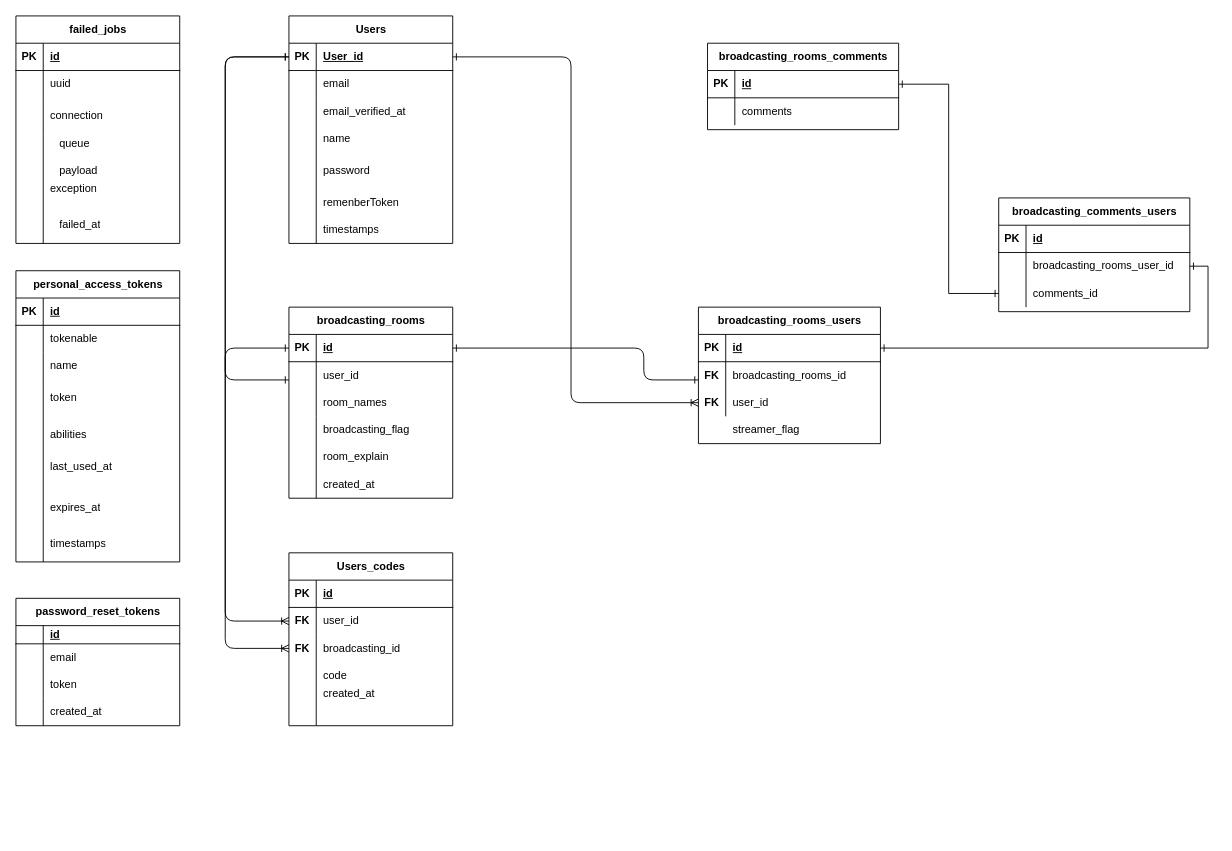
Above: ER図_G-voice.drawio in Taka-ho/G-voice (draw.io), before the change. Source tidied: cells renumbered, new cells numbered last; positions are measured from the earlier drawing's top-left corner, leaving out a move shared by most shapes. Both pictures are drawn from the tidied source at 91%, with x=0, y=0 at pixel (15, 15).
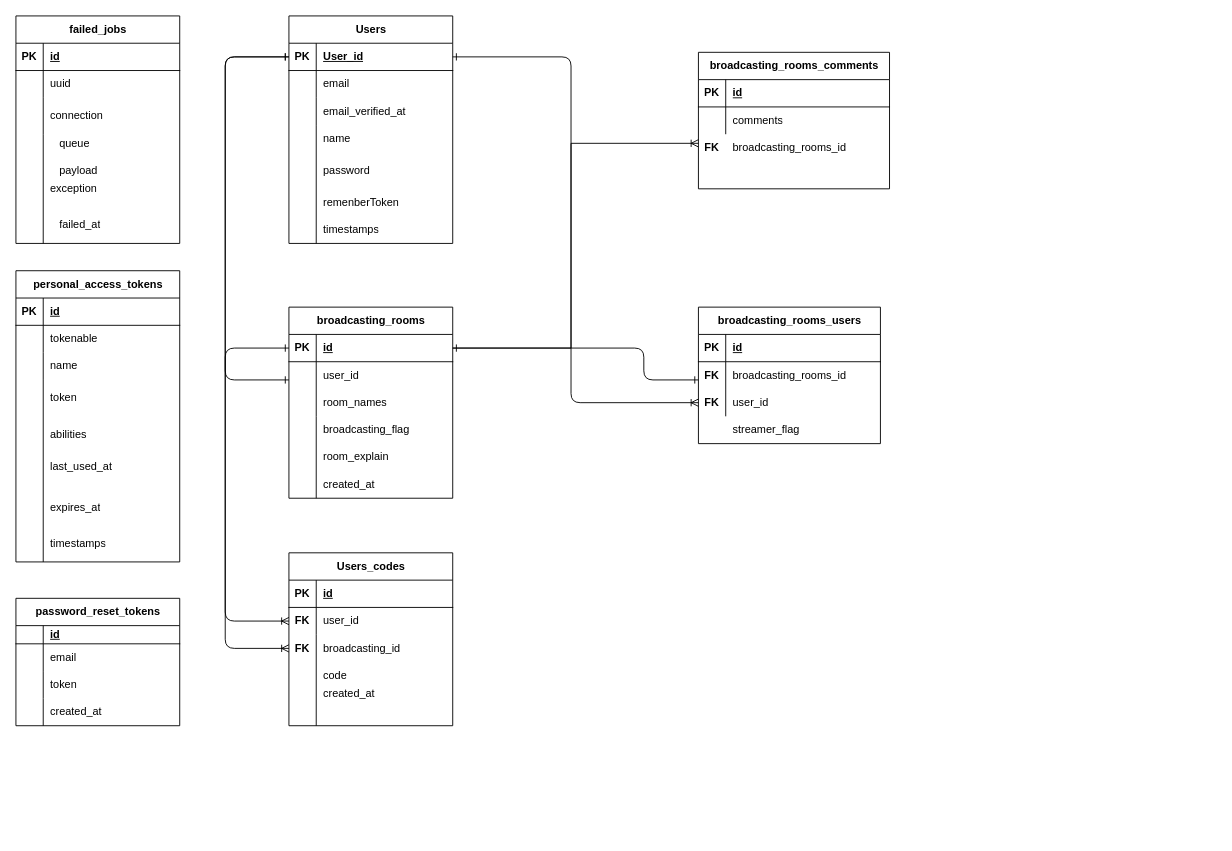
Above is the later version.

The change refers to these unchanged cells:
```xml
<mxCell id="3" style="shape=tableRow;horizontal=0;startSize=0;swimlaneHead=0;swimlaneBody=0;fillColor=none;points=[[0,0.5],[1,0.5]];portConstraint=eastwest;top=0;left=0;right=0;bottom=1;" parent="2" vertex="1">
  <mxGeometry y="30" width="180" height="30" as="geometry" />
</mxCell>
<mxCell id="42" style="shape=tableRow;horizontal=0;startSize=0;swimlaneHead=0;swimlaneBody=0;fillColor=none;points=[[0,0.5],[1,0.5]];portConstraint=eastwest;top=0;left=0;right=0;bottom=1;" parent="41" vertex="1">
  <mxGeometry y="30" width="200" height="30" as="geometry" />
</mxCell>
<mxCell id="113" style="shape=tableRow;horizontal=0;startSize=0;swimlaneHead=0;swimlaneBody=0;fillColor=none;points=[[0,0.5],[1,0.5]];portConstraint=eastwest;top=0;left=0;right=0;bottom=1;" parent="112" vertex="1">
  <mxGeometry y="30" width="210" height="30" as="geometry" />
</mxCell>
```

Diff of the diagram source:
```diff
@@
     <mxCell id="112" value="broadcasting_rooms_comments" style="shape=table;startSize=30;childLayout=tableLayout;rowLines=0;fontStyle=1;align=center;html=1;" parent="1" vertex="1">
-      <mxGeometry x="760" y="30" width="210" height="95" as="geometry" />
+      <mxGeometry x="750" y="40" width="210" height="150" as="geometry" />
     </mxCell>
@@
-    <mxCell id="125" value="broadcasting_comments_users" style="shape=table;startSize=30;childLayout=tableLayout;rowLines=0;fontStyle=1;align=center;html=1;" parent="1" vertex="1">
-      <mxGeometry x="1080" y="200" width="210" height="125" as="geometry" />
-    </mxCell>
-    <mxCell id="126" style="shape=tableRow;horizontal=0;startSize=0;swimlaneHead=0;swimlaneBody=0;fillColor=none;top=0;left=0;right=0;bottom=1;" parent="125" vertex="1">
-      <mxGeometry y="30" width="210" height="30" as="geometry" />
-    </mxCell>
-    <mxCell id="127" value="PK" style="shape=partialRectangle;fillColor=none;top=0;left=0;bottom=0;right=0;fontStyle=1;overflow=hidden;whiteSpace=wrap;html=1;" parent="126" vertex="1">
-      <mxGeometry width="30" height="30" as="geometry" />
-    </mxCell>
-    <mxCell id="128" value="id" style="shape=partialRectangle;fillColor=none;top=0;left=0;bottom=0;right=0;align=left;spacingLeft=6;fontStyle=5;overflow=hidden;whiteSpace=wrap;html=1;" parent="126" vertex="1">
-      <mxGeometry x="30" width="180" height="30" as="geometry" />
-    </mxCell>
-    <mxCell id="129" style="shape=tableRow;horizontal=0;startSize=0;swimlaneHead=0;swimlaneBody=0;fillColor=none;points=[[0,0.5],[1,0.5]];portConstraint=eastwest;top=0;left=0;right=0;bottom=0;" parent="125" vertex="1">
-      <mxGeometry y="60" width="210" height="30" as="geometry" />
-    </mxCell>
-    <mxCell id="130" style="shape=partialRectangle;fillColor=none;top=0;left=0;bottom=0;right=0;overflow=hidden;whiteSpace=wrap;html=1;" parent="129" vertex="1">
-      <mxGeometry width="30" height="30" as="geometry" />
-    </mxCell>
-    <mxCell id="131" value="broadcasting_rooms_user_id" style="shape=partialRectangle;fillColor=none;top=0;left=0;bottom=0;right=0;align=left;spacingLeft=6;overflow=hidden;whiteSpace=wrap;html=1;" parent="129" vertex="1">
-      <mxGeometry x="30" width="180" height="30" as="geometry" />
-    </mxCell>
-    <mxCell id="132" style="shape=tableRow;horizontal=0;startSize=0;swimlaneHead=0;swimlaneBody=0;fillColor=none;points=[[0,0.5],[1,0.5]];portConstraint=eastwest;top=0;left=0;right=0;bottom=0;" parent="125" vertex="1">
-      <mxGeometry y="90" width="210" height="30" as="geometry" />
-    </mxCell>
-    <mxCell id="133" style="shape=partialRectangle;fillColor=none;top=0;left=0;bottom=0;right=0;overflow=hidden;whiteSpace=wrap;html=1;" parent="132" vertex="1">
-      <mxGeometry width="30" height="30" as="geometry" />
-    </mxCell>
-    <mxCell id="134" value="comments_id" style="shape=partialRectangle;fillColor=none;top=0;left=0;bottom=0;right=0;align=left;spacingLeft=6;overflow=hidden;whiteSpace=wrap;html=1;" parent="132" vertex="1">
-      <mxGeometry x="30" width="180" height="30" as="geometry" />
-    </mxCell>
-    <mxCell id="135" style="edgeStyle=orthogonalEdgeStyle;rounded=0;jettySize=auto;html=1;entryX=1;entryY=0.5;entryDx=0;entryDy=0;endArrow=ERone;endFill=0;startArrow=ERone;startFill=0;" parent="1" edge="1" source="42" target="129">
-      <mxGeometry relative="1" as="geometry" />
-    </mxCell>
-    <mxCell id="136" style="edgeStyle=orthogonalEdgeStyle;rounded=0;jettySize=auto;html=1;entryX=0;entryY=0.5;entryDx=0;entryDy=0;startArrow=ERone;startFill=0;endArrow=ERone;endFill=0;" parent="1" edge="1" source="113" target="132">
-      <mxGeometry relative="1" as="geometry" />
-    </mxCell>
+    <mxCell id="137" value="broadcasting_rooms_id" style="shape=partialRectangle;fillColor=none;top=0;left=0;bottom=0;right=0;align=left;spacingLeft=6;overflow=hidden;whiteSpace=wrap;html=1;" parent="1" vertex="1">
+      <mxGeometry x="780" y="130" width="180" height="30" as="geometry" />
+    </mxCell>
+    <mxCell id="138" style="edgeStyle=orthogonalEdgeStyle;rounded=0;jettySize=auto;html=1;endArrow=ERoneToMany;endFill=0;" parent="1" edge="1" source="3">
+      <mxGeometry relative="1" as="geometry">
+        <mxPoint x="750" y="140" as="targetPoint" />
+        <Array as="points">
+          <mxPoint x="610" y="365" />
+          <mxPoint x="610" y="140" />
+        </Array>
+      </mxGeometry>
+    </mxCell>
+    <mxCell id="139" value="FK" style="shape=partialRectangle;fillColor=none;top=0;left=0;bottom=0;right=0;fontStyle=1;overflow=hidden;whiteSpace=wrap;html=1;" parent="1" vertex="1">
+      <mxGeometry x="750" y="130" width="30" height="30" as="geometry" />
+    </mxCell>
```
